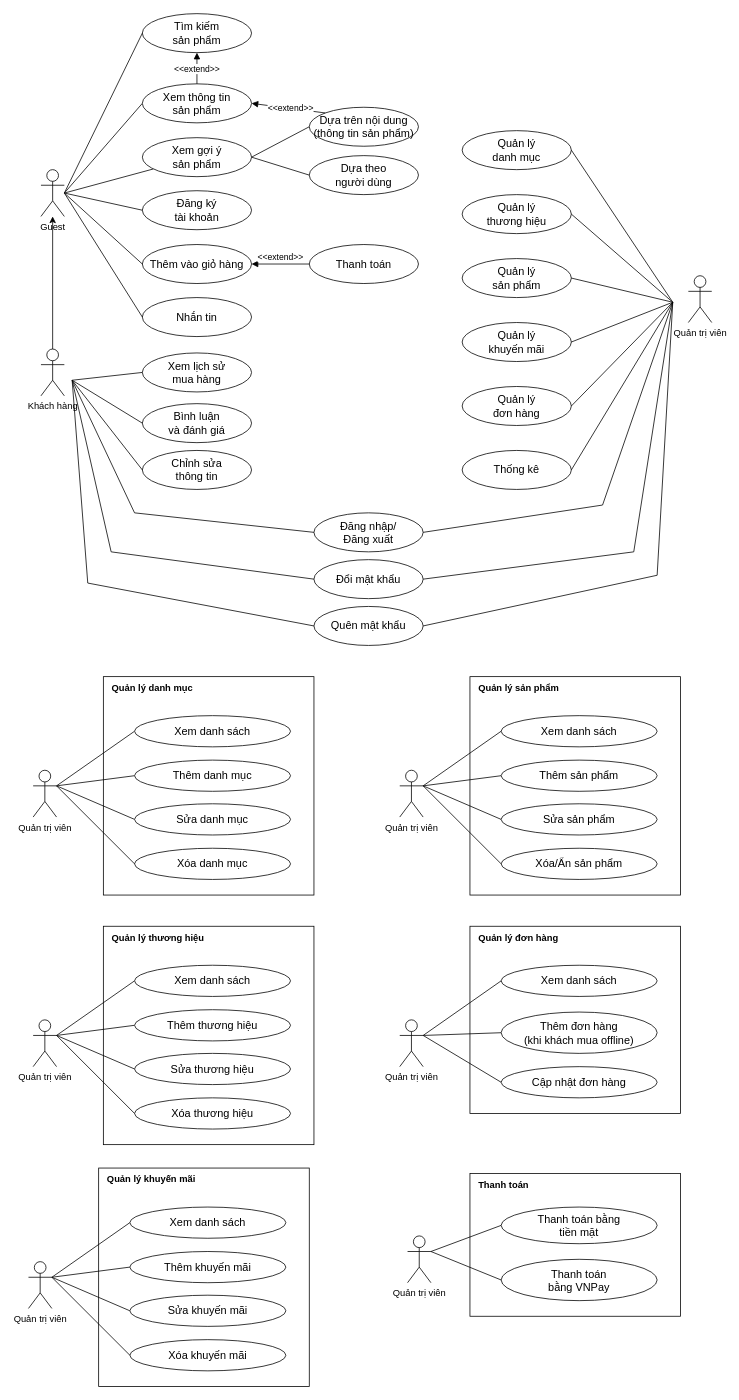
Above: docs/01_vi_Usecase_new.drawio in quockhanhtn/mern-ecommerce (draw.io), before the change. Source tidied: cells renumbered, new cells numbered last; positions are measured from the earlier drawing's top-left corner, leaving out a move shared by most shapes. Both pictures are drawn from the tidied source at 78%, with x=0, y=0 at pixel (28, 13).
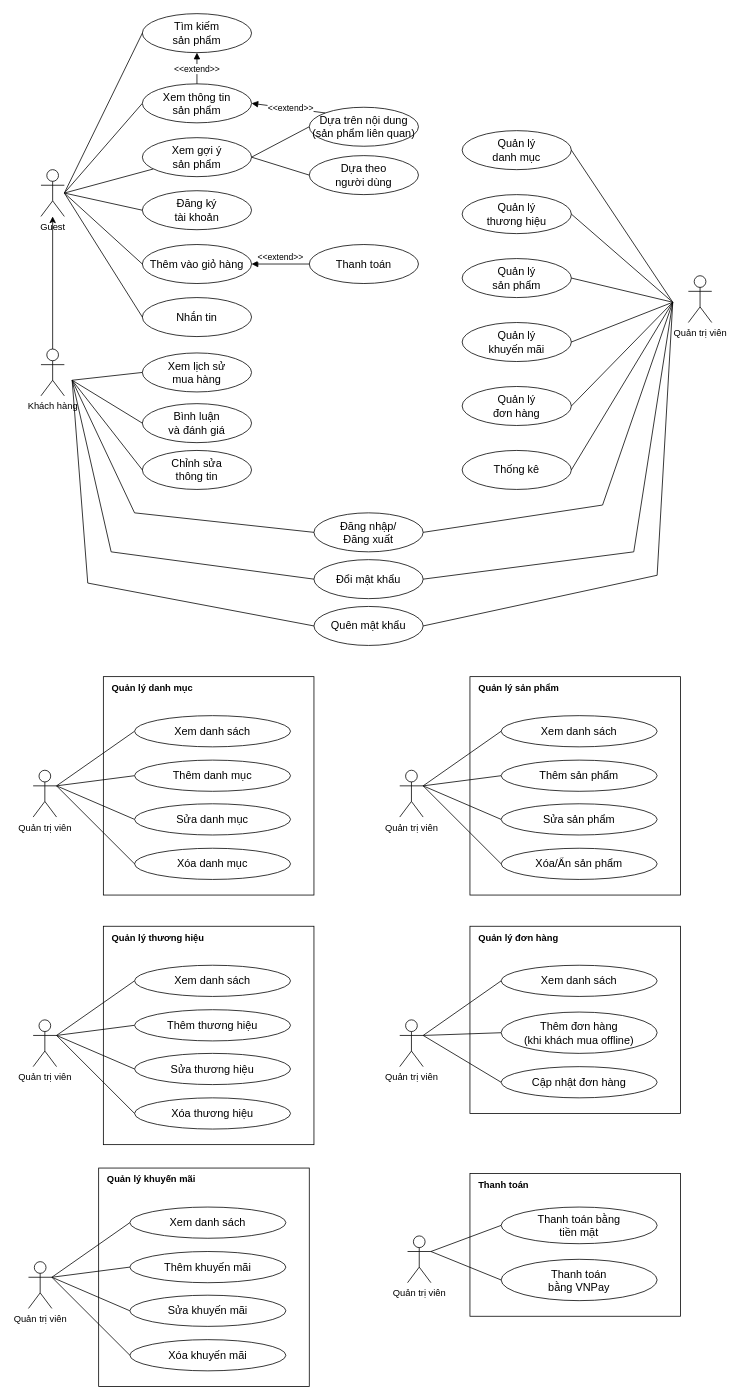
After the change.

Diff of the diagram source:
```diff
@@
-    <mxCell id="110" value="Dựa trên nội dung&lt;br&gt;(thông tin sản phẩm)" style="ellipse;whiteSpace=wrap;html=1;fontSize=14;" parent="1" vertex="1">
+    <mxCell id="110" value="Dựa trên nội dung&lt;br&gt;(sản phẩm liên quan)" style="ellipse;whiteSpace=wrap;html=1;fontSize=14;" parent="1" vertex="1">
       <mxGeometry x="360" y="120" width="140" height="50" as="geometry" />
     </mxCell>
```
